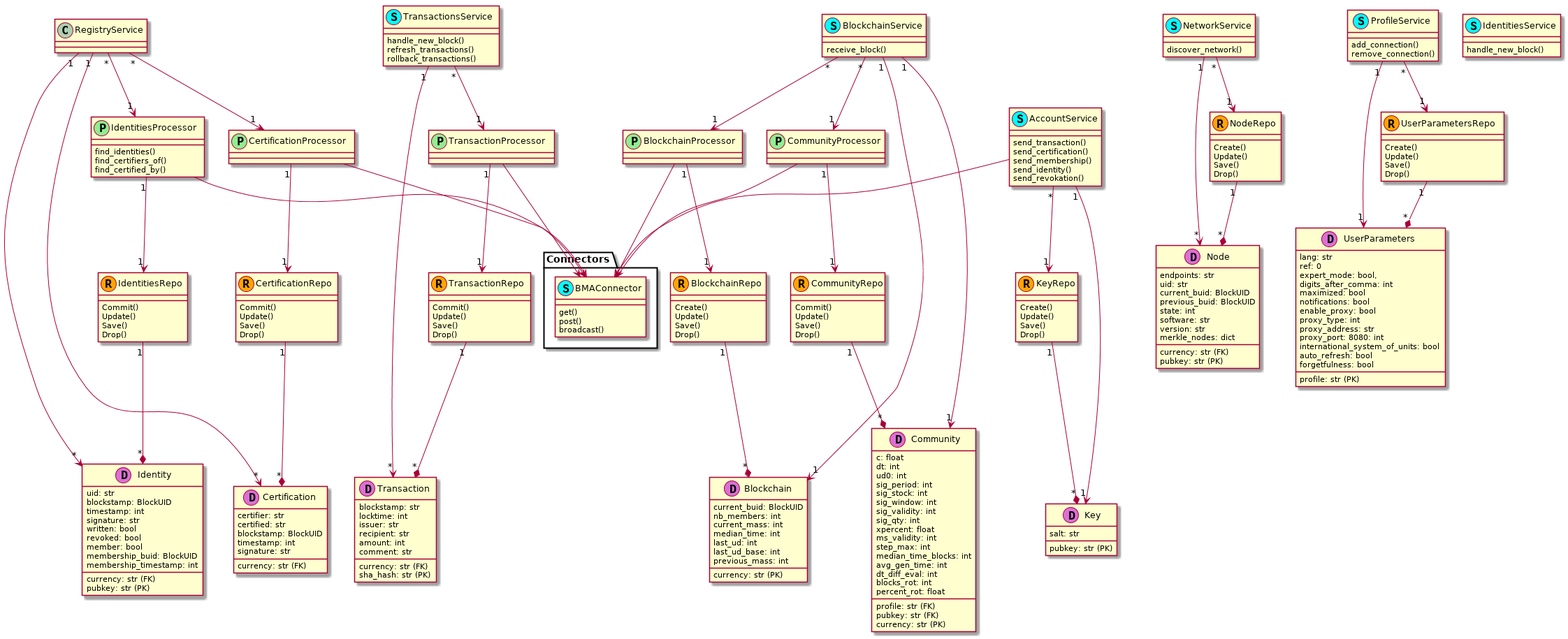
Before: doc/uml/backend.png, a diagram exported from PlantUML (duniter/sakia).
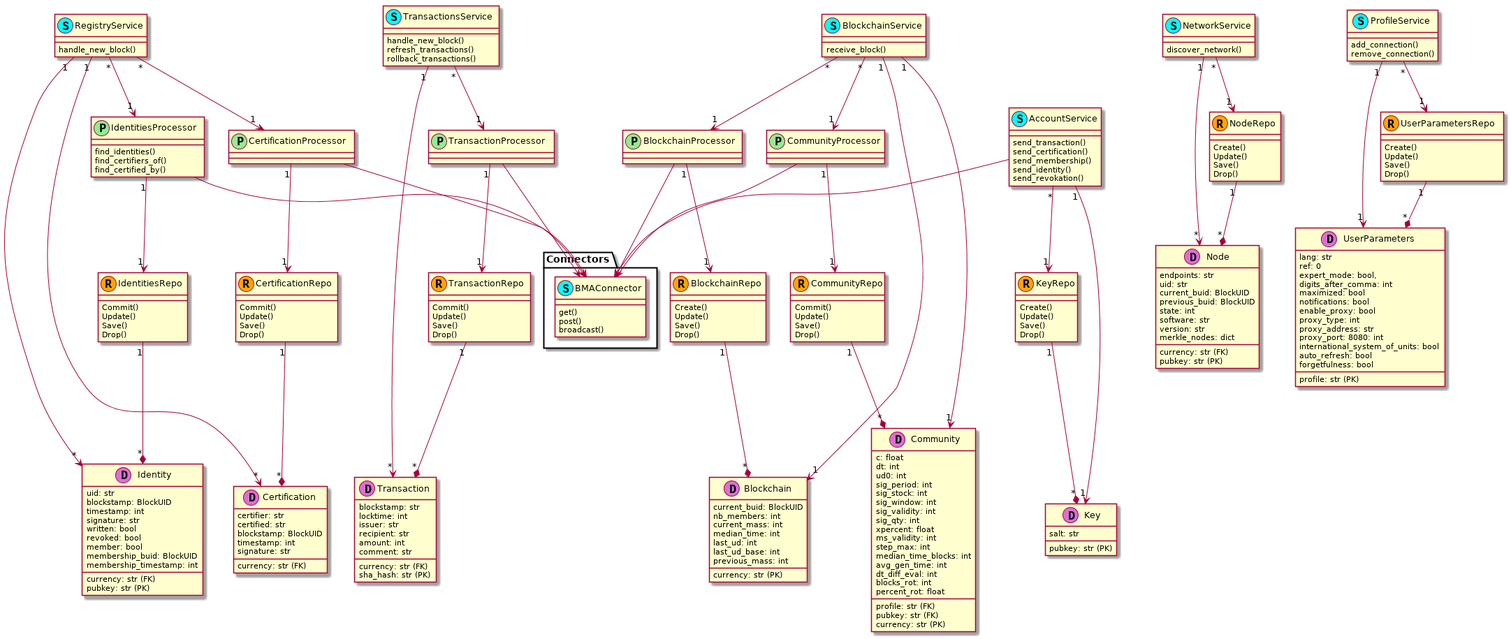
After the change.

Commit message:
IdentitiesService -> RegistryService

Change to the diagram source:
```diff
@@ -214,7 +214,7 @@
     rollback_transactions()
 }
 
-class IdentitiesService << (S,cyan) >> {
+class RegistryService << (S,cyan) >> {
     handle_new_block()
 }
 
```
